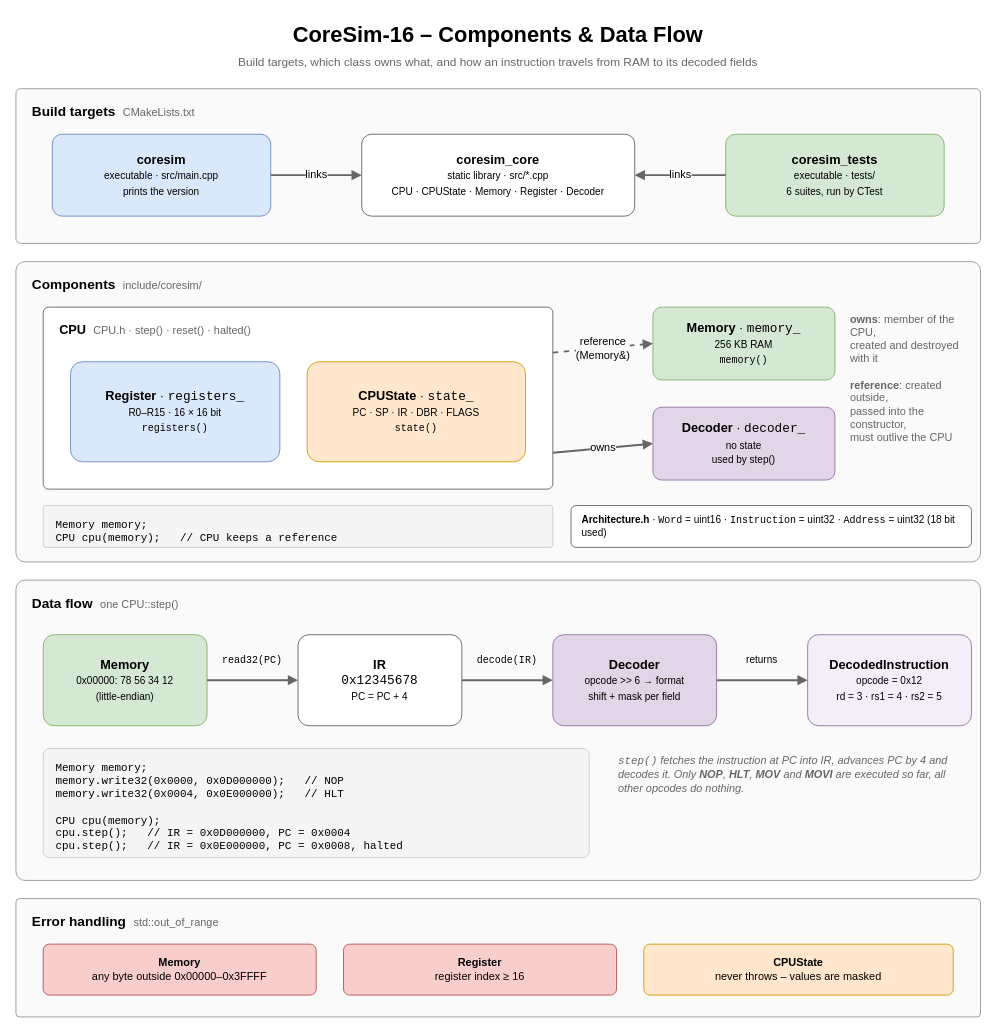
kpolet2010-hue/CoreSim keeps this draw.io diagram as diagrams/data-flow.drawio. Above is the earlier version. Source tidied: cells renumbered, new cells numbered last; positions are measured from the earlier drawing's top-left corner, leaving out a move shared by most shapes. Both pictures are drawn from the tidied source at 91%, with x=0, y=0 at pixel (15, 15).
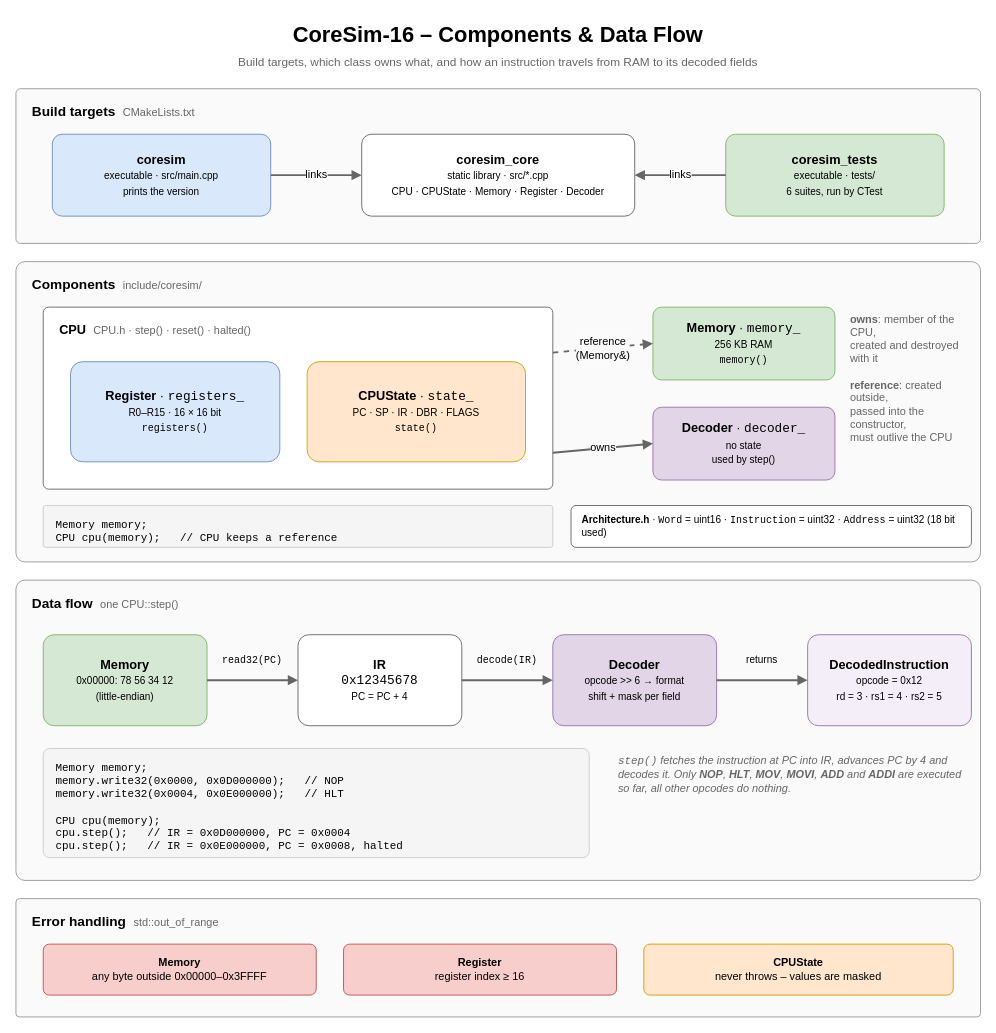
The same page after the edit.

Commit message (it also covers changes not shown here):
docs(cpu): document ADD, ADDI and their flag updates

What changed in the source:
```diff
@@
-    <mxCell id="33" value="&lt;i&gt;&lt;code&gt;step()&lt;/code&gt; fetches the instruction at PC into IR, advances PC by 4 and decodes it. Only &lt;b&gt;NOP&lt;/b&gt;, &lt;b&gt;HLT&lt;/b&gt;, &lt;b&gt;MOV&lt;/b&gt; and &lt;b&gt;MOVI&lt;/b&gt; are executed so far, all other opcodes do nothing.&lt;/i&gt;" style="text;html=1;strokeColor=none;fillColor=none;whiteSpace=wrap;fontFamily=Helvetica;fontSize=12;fontColor=#666666;align=left;" parent="1" vertex="1">
+    <mxCell id="33" value="&lt;i&gt;&lt;code&gt;step()&lt;/code&gt; fetches the instruction at PC into IR, advances PC by 4 and decodes it. Only &lt;b&gt;NOP&lt;/b&gt;, &lt;b&gt;HLT&lt;/b&gt;, &lt;b&gt;MOV&lt;/b&gt;, &lt;b&gt;MOVI&lt;/b&gt;, &lt;b&gt;ADD&lt;/b&gt; and &lt;b&gt;ADDI&lt;/b&gt; are executed so far, all other opcodes do nothing.&lt;/i&gt;" style="text;html=1;strokeColor=none;fillColor=none;whiteSpace=wrap;fontFamily=Helvetica;fontSize=12;fontColor=#666666;align=left;" parent="1" vertex="1">
       <mxGeometry x="660" y="805" width="380" height="90" as="geometry" />
     </mxCell>
```
